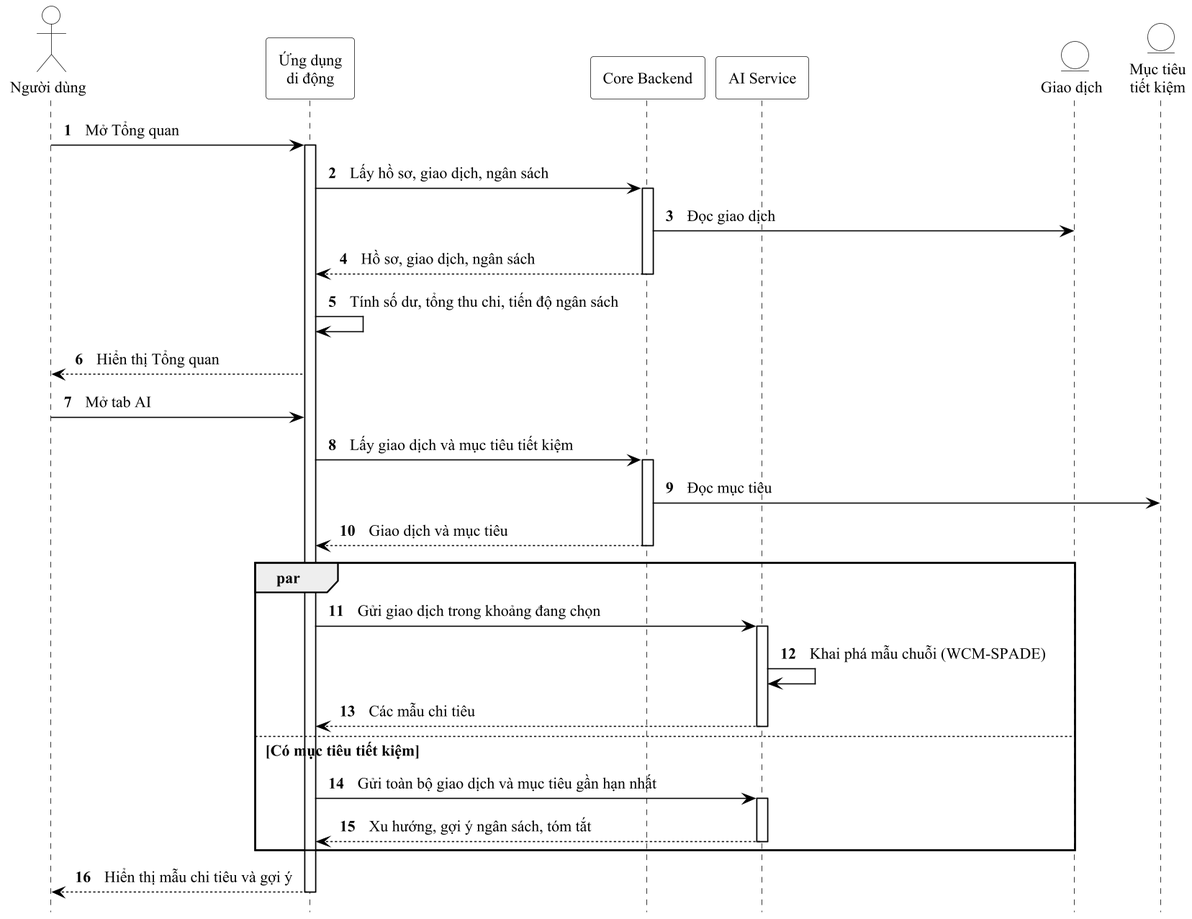
This is docs/thesis/diagrams/ch2_thong_ke_tuan_tu.png from TriPhan15/donutpay-monorepo, a PlantUML export, as it was before one commit.
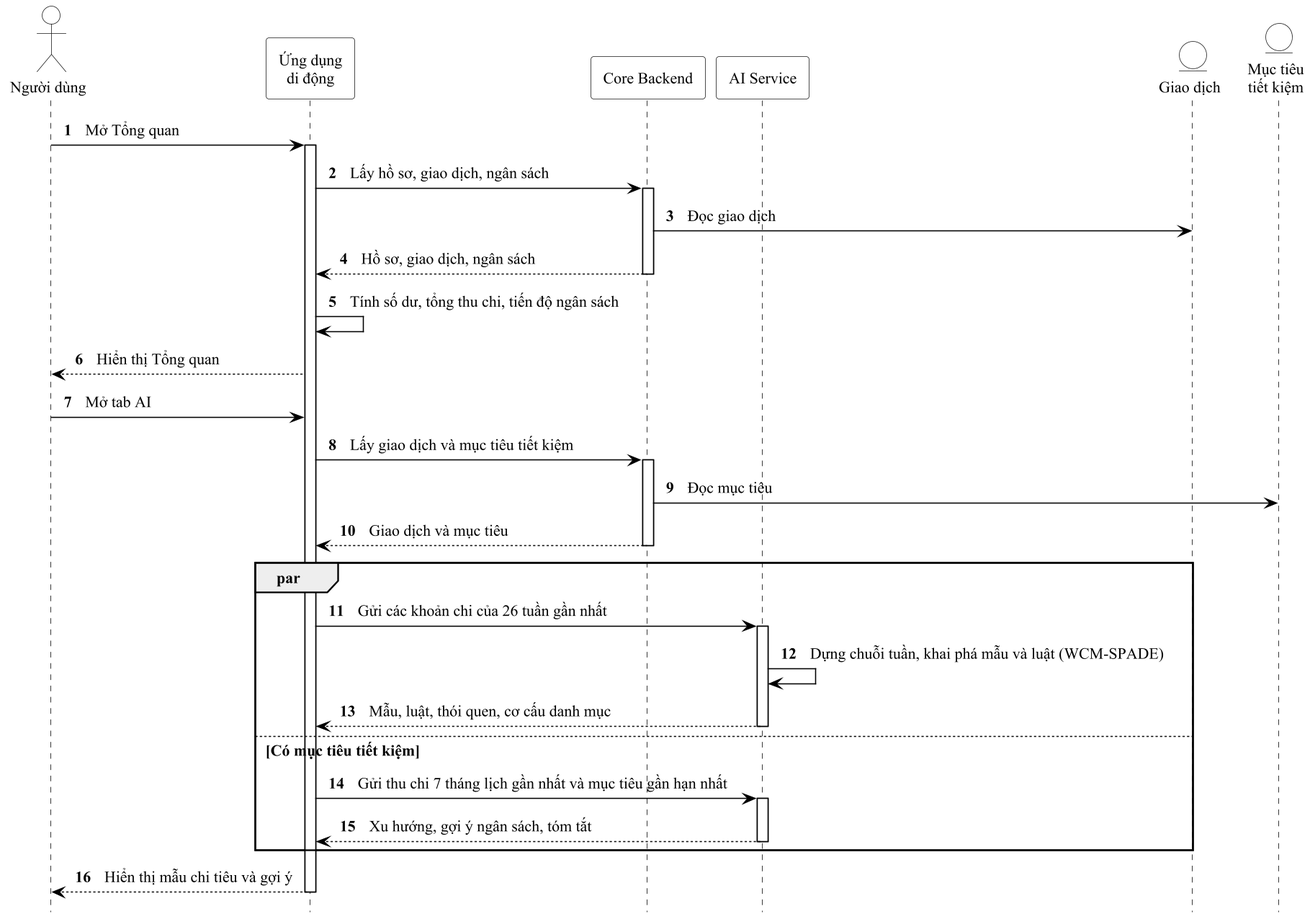
Later version of the same file.

Change to the diagram source:
```diff
@@ -19,11 +19,11 @@
 BE -> MT : Đọc mục tiêu
 return Giao dịch và mục tiêu
 par
-  APP -> AI ++ : Gửi giao dịch trong khoảng đang chọn
-  AI -> AI : Khai phá mẫu chuỗi (WCM-SPADE)
-  AI --> APP -- : Các mẫu chi tiêu
+  APP -> AI ++ : Gửi các khoản chi của 26 tuần gần nhất
+  AI -> AI : Dựng chuỗi tuần, khai phá mẫu và luật (WCM-SPADE)
+  AI --> APP -- : Mẫu, luật, thói quen, cơ cấu danh mục
 else Có mục tiêu tiết kiệm
-  APP -> AI ++ : Gửi toàn bộ giao dịch và mục tiêu gần hạn nhất
+  APP -> AI ++ : Gửi thu chi 7 tháng lịch gần nhất và mục tiêu gần hạn nhất
   AI --> APP -- : Xu hướng, gợi ý ngân sách, tóm tắt
 end
 APP --> ND -- : Hiển thị mẫu chi tiêu và gợi ý
```
